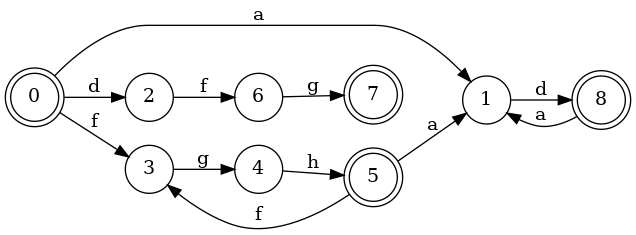
Before: dfa_output.png, a diagram exported from Graphviz (x6x4/LAB2_URGENCY). Its source is kept beside it as dfa_output.dot.
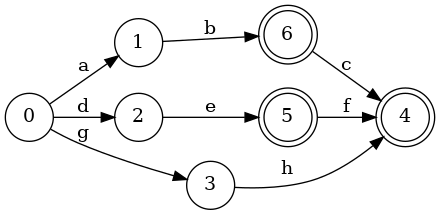
After the commit.

Diff of the diagram source:
```diff
@@ -3,22 +3,13 @@
 node [shape=circle];
 0 -> 1 [label="a"];
 0 -> 2 [label="d"];
-0 -> 3 [label="f"];
-1 -> 8 [label="d"];
-2 -> 6 [label="f"];
-3 -> 4 [label="g"];
-4 -> 5 [label="h"];
-5 -> 1 [label="a"];
-5 -> 3 [label="f"];
-6 -> 7 [label="g"];
-8 -> 1 [label="a"];
-0[label="0"shape=doublecircle];
-0[label="0"shape=doublecircle];
-0[label="0"shape=doublecircle];
+0 -> 3 [label="g"];
+1 -> 6 [label="b"];
+2 -> 5 [label="e"];
+3 -> 4 [label="h"];
+5 -> 4 [label="f"];
+6 -> 4 [label="c"];
+4[label="4"shape=doublecircle];
 5[label="5"shape=doublecircle];
-5[label="5"shape=doublecircle];
-5[label="5"shape=doublecircle];
-7[label="7"shape=doublecircle];
-8[label="8"shape=doublecircle];
-8[label="8"shape=doublecircle];
+6[label="6"shape=doublecircle];
 }
```
